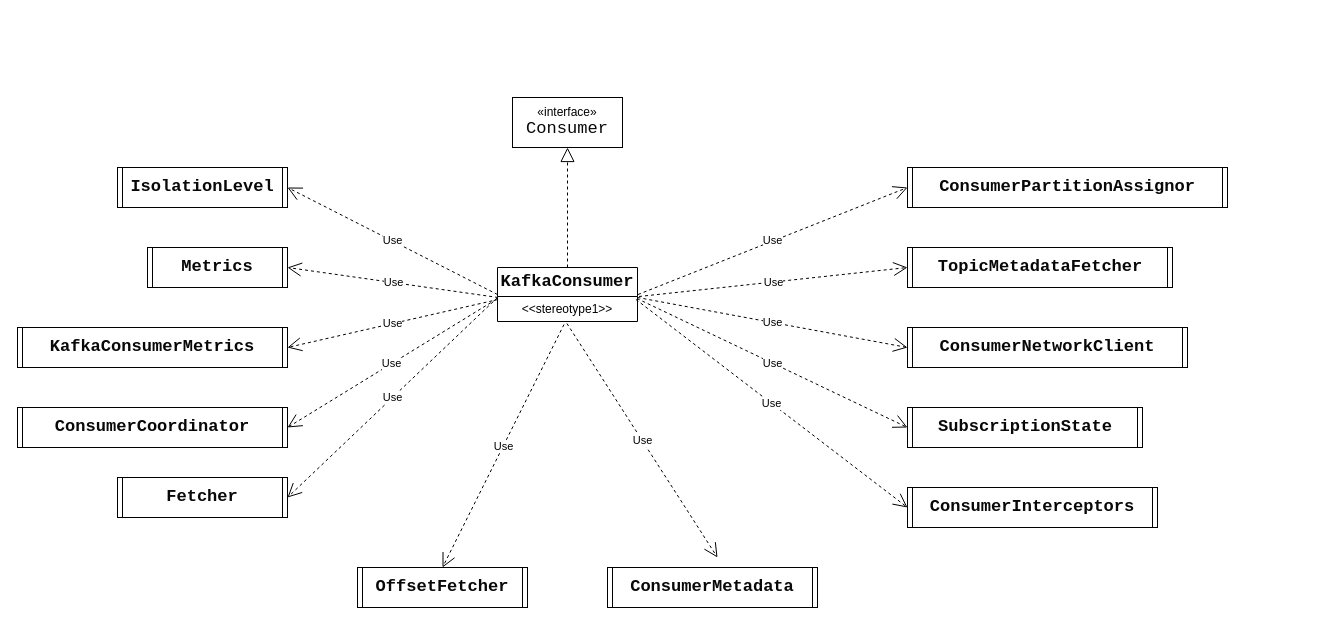
Earlier version of the draw.io diagram page "KafkaConsumer" (8 of 8) of 07.mq/kafka/image/生产者流程.drawio (bee06/note). Source tidied: cells renumbered, new cells numbered last; positions are measured from the earlier drawing's top-left corner, leaving out a move shared by most shapes. Both pictures are drawn from the tidied source at 100%, with x=0, y=0 at pixel (17, 17).
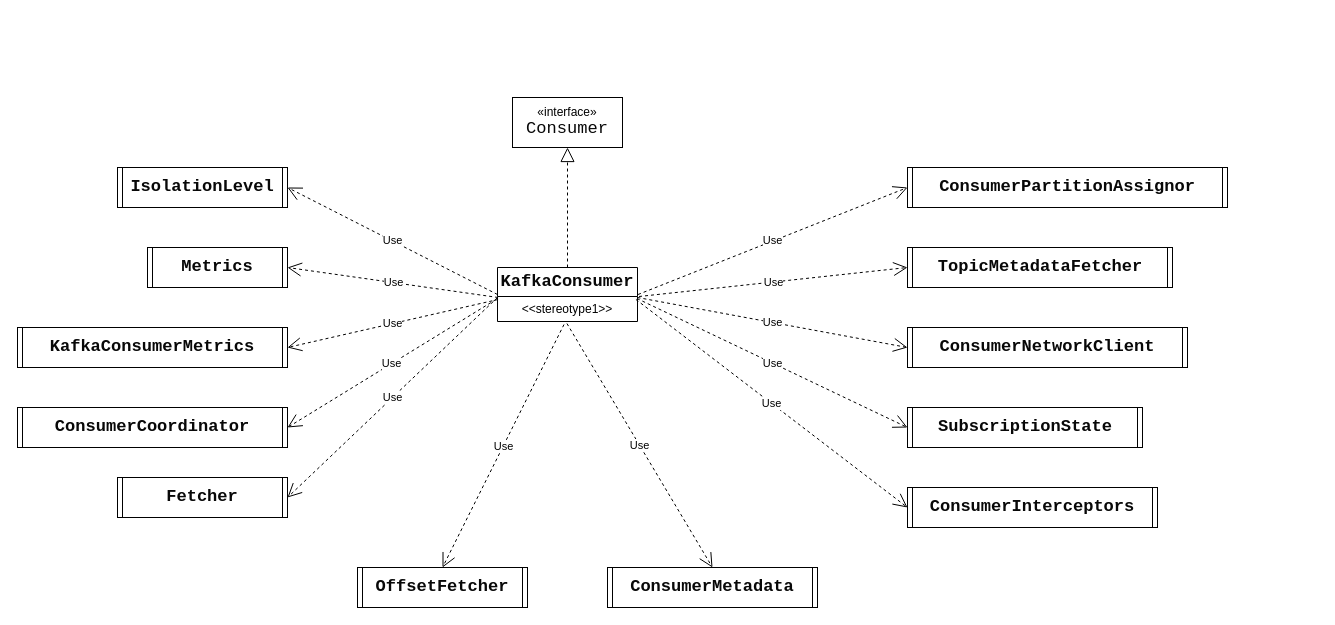
The same page after the edit.

Unchanged cells that the change refers to:
```xml
<mxCell id="4" value="&amp;lt;&amp;lt;stereotype1&amp;gt;&amp;gt;" style="text;html=1;strokeColor=none;fillColor=none;align=center;verticalAlign=middle;spacingLeft=4;spacingRight=4;overflow=hidden;points=[[0,0.5],[1,0.5]];portConstraint=eastwest;whiteSpace=wrap;" parent="3" vertex="1">
  <mxGeometry y="29" width="140" height="25" as="geometry" />
</mxCell>
<mxCell id="16" value="&lt;div style=&quot;background-color: rgb(255, 255, 255); color: rgb(8, 8, 8); font-family: &amp;quot;JetBrains Mono&amp;quot;, monospace; font-size: 12.8pt;&quot;&gt;&lt;div style=&quot;font-size: 12.8pt;&quot;&gt;&lt;div style=&quot;font-size: 12.8pt;&quot;&gt;&lt;div style=&quot;font-size: 12.8pt;&quot;&gt;&lt;div style=&quot;font-size: 12.8pt;&quot;&gt;ConsumerMetadata&lt;br&gt;&lt;/div&gt;&lt;/div&gt;&lt;/div&gt;&lt;/div&gt;&lt;/div&gt;" style="shape=process2;fixedSize=1;size=5;fontStyle=1;html=1;whiteSpace=wrap;" parent="1" vertex="1">
  <mxGeometry x="590" y="550" width="210" height="40" as="geometry" />
</mxCell>
```

The edit, as a diff of the source:
```diff
@@
-    <mxCell id="29" value="Use" style="endArrow=open;endSize=12;dashed=1;html=1;rounded=0;exitX=0.496;exitY=1.08;exitDx=0;exitDy=0;exitPerimeter=0;" parent="1" edge="1" source="4">
-      <mxGeometry relative="1" as="geometry">
-        <mxPoint x="700" y="540" as="targetPoint" />
-      </mxGeometry>
+    <mxCell id="29" value="Use" style="endArrow=open;endSize=12;dashed=1;html=1;rounded=0;exitX=0.496;exitY=1.08;exitDx=0;exitDy=0;exitPerimeter=0;entryX=0.5;entryY=0;entryDx=0;entryDy=0;" parent="1" edge="1" source="4" target="16">
+      <mxGeometry relative="1" as="geometry" />
     </mxCell>
```
